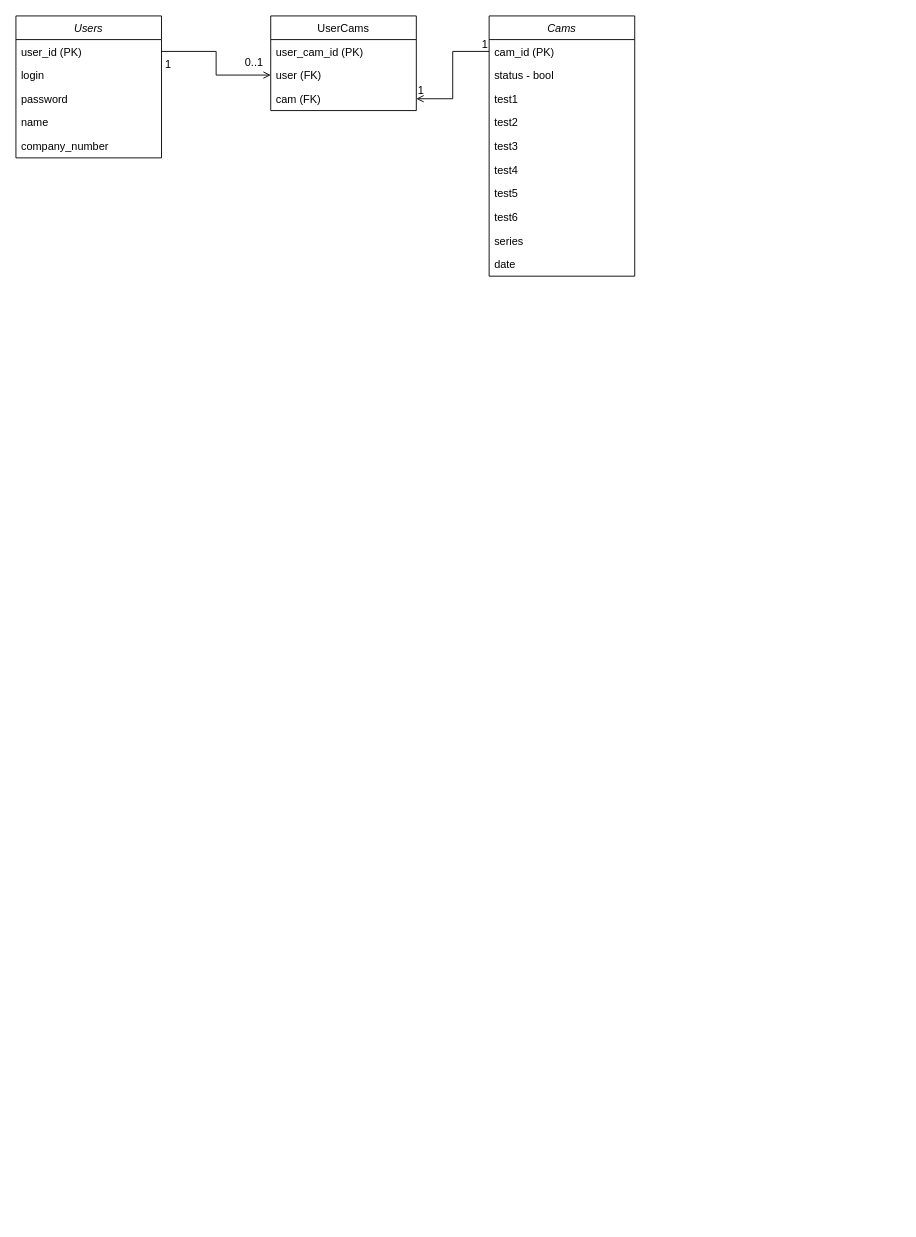
The draw.io diagram diplomERD.drawio in Grigosty/diagrammsForStudy, before the edit. Source tidied: cells renumbered, new cells numbered last; positions are measured from the earlier drawing's top-left corner, leaving out a move shared by most shapes. Both pictures are drawn from the tidied source at 91%, with x=0, y=0 at pixel (15, 15).
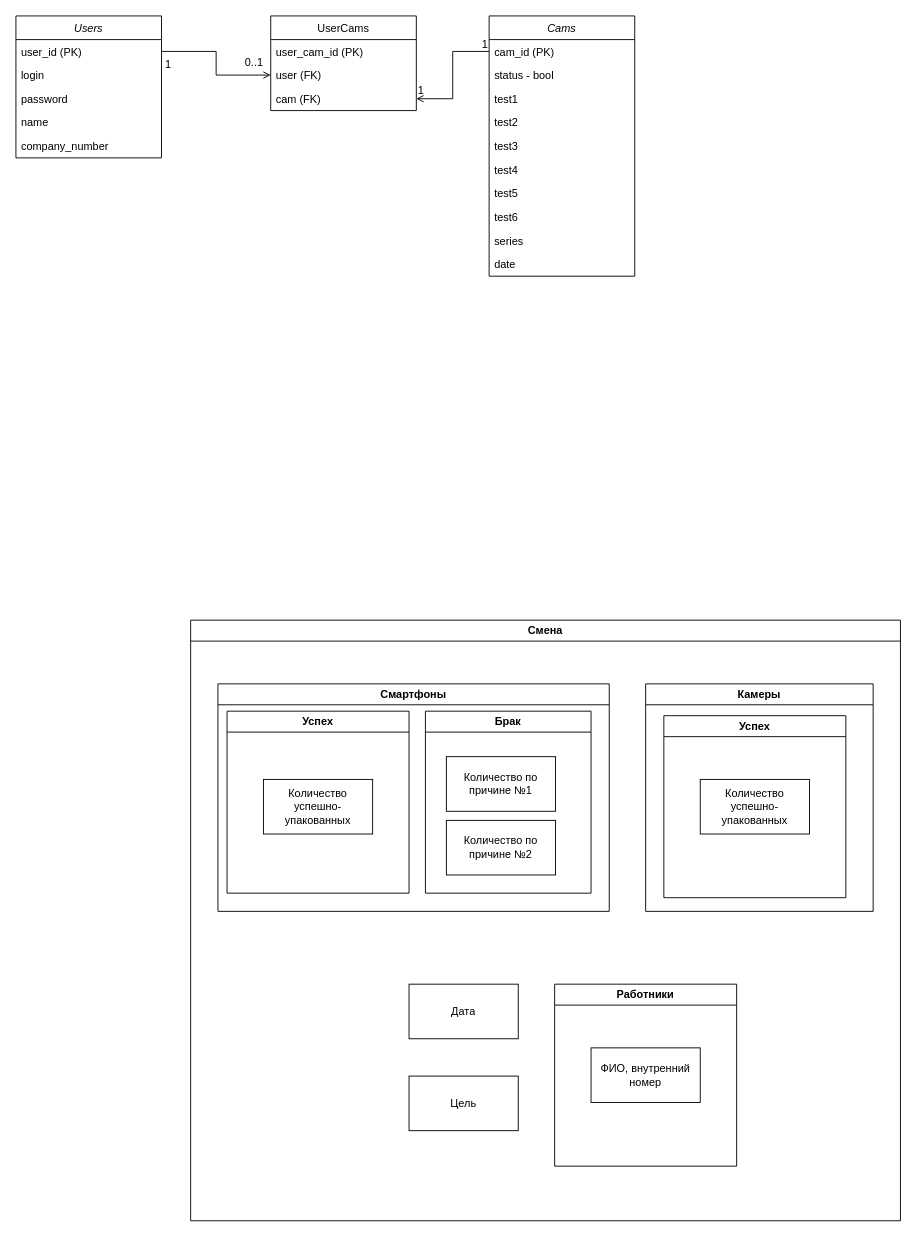
After the change.

What changed in the source:
```diff
@@
+    <mxCell id="29" value="Смена" style="swimlane;whiteSpace=wrap;html=1;" parent="1" vertex="1">
+      <mxGeometry x="192" y="664" width="780" height="660" as="geometry" />
+    </mxCell>
+    <mxCell id="30" value="Смартфоны" style="swimlane;whiteSpace=wrap;html=1;" parent="29" vertex="1">
+      <mxGeometry x="30" y="70" width="430" height="250" as="geometry" />
+    </mxCell>
+    <mxCell id="31" value="Брак" style="swimlane;whiteSpace=wrap;html=1;" parent="30" vertex="1">
+      <mxGeometry x="228" y="30" width="182" height="200" as="geometry" />
+    </mxCell>
+    <mxCell id="32" value="Количество по причине №1" style="rounded=0;whiteSpace=wrap;html=1;" parent="31" vertex="1">
+      <mxGeometry x="23" y="50" width="120" height="60" as="geometry" />
+    </mxCell>
+    <mxCell id="33" value="Количество по причине №2" style="rounded=0;whiteSpace=wrap;html=1;" parent="31" vertex="1">
+      <mxGeometry x="23" y="120" width="120" height="60" as="geometry" />
+    </mxCell>
+    <mxCell id="34" value="Успех" style="swimlane;whiteSpace=wrap;html=1;" parent="30" vertex="1">
+      <mxGeometry x="10" y="30" width="200" height="200" as="geometry" />
+    </mxCell>
+    <mxCell id="35" value="Количество успешно-упакованных" style="rounded=0;whiteSpace=wrap;html=1;" parent="34" vertex="1">
+      <mxGeometry x="40" y="75" width="120" height="60" as="geometry" />
+    </mxCell>
+    <mxCell id="36" value="Камеры" style="swimlane;whiteSpace=wrap;html=1;" parent="29" vertex="1">
+      <mxGeometry x="500" y="70" width="250" height="250" as="geometry" />
+    </mxCell>
+    <mxCell id="37" value="Успех" style="swimlane;whiteSpace=wrap;html=1;" parent="36" vertex="1">
+      <mxGeometry x="20" y="35" width="200" height="200" as="geometry" />
+    </mxCell>
+    <mxCell id="38" value="Количество успешно-упакованных" style="rounded=0;whiteSpace=wrap;html=1;" parent="37" vertex="1">
+      <mxGeometry x="40" y="70" width="120" height="60" as="geometry" />
+    </mxCell>
+    <mxCell id="39" value="Работники" style="swimlane;whiteSpace=wrap;html=1;" parent="29" vertex="1">
+      <mxGeometry x="400" y="400" width="200" height="200" as="geometry" />
+    </mxCell>
+    <mxCell id="40" value="ФИО, внутренний номер" style="rounded=0;whiteSpace=wrap;html=1;" parent="39" vertex="1">
+      <mxGeometry x="40" y="70" width="120" height="60" as="geometry" />
+    </mxCell>
+    <mxCell id="41" value="Дата" style="rounded=0;whiteSpace=wrap;html=1;" parent="29" vertex="1">
+      <mxGeometry x="240" y="400" width="120" height="60" as="geometry" />
+    </mxCell>
+    <mxCell id="42" value="Цель" style="rounded=0;whiteSpace=wrap;html=1;" parent="29" vertex="1">
+      <mxGeometry x="240" y="501" width="120" height="60" as="geometry" />
+    </mxCell>
```
